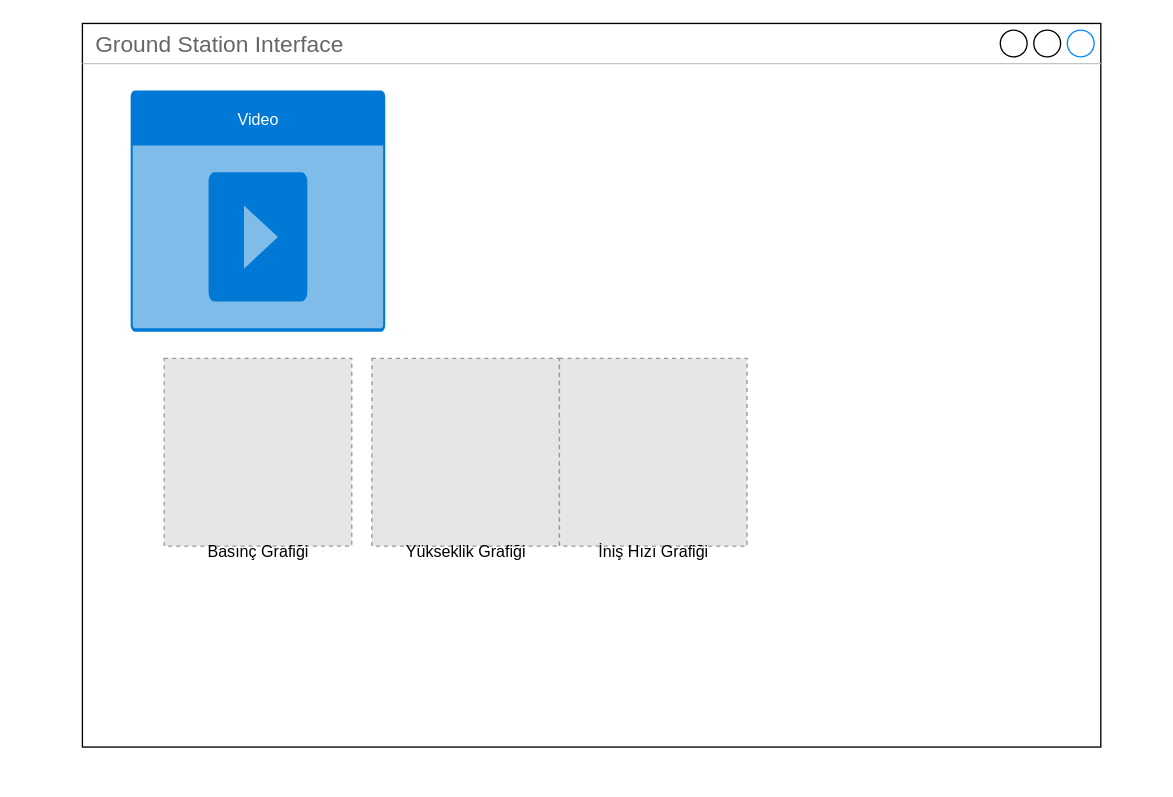
Before: Model Satellite Diagrams/Ground-Station-Interface.drawio in anilberg/My-Diagrams, a draw.io diagram. Source tidied: cells renumbered, new cells numbered last; positions are measured from the earlier drawing's top-left corner, leaving out a move shared by most shapes. Both pictures are drawn from the tidied source at 134%, with x=0, y=0 at pixel (82, 23). Pictures stored in the file or linked from it are replaced by grey dashed boxes.
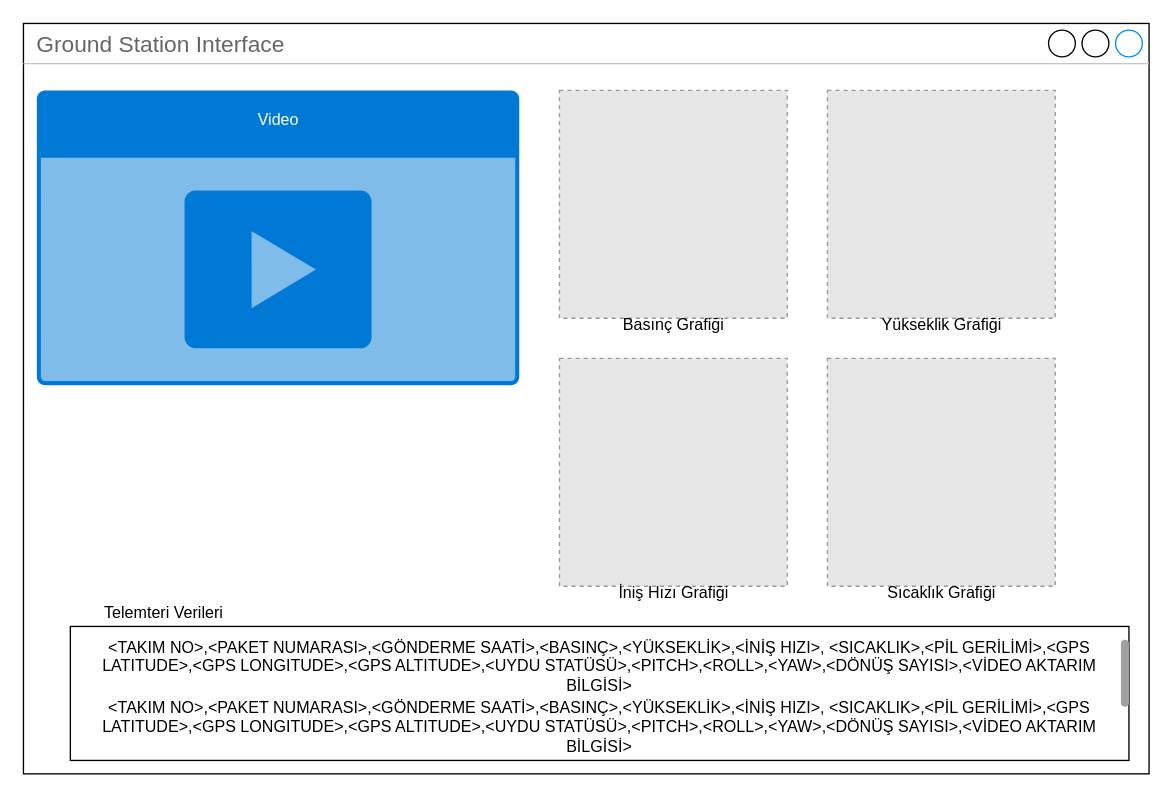
The same page after the edit.

The edit, as a diff of the source:
```diff
@@
 <mxGraphModel>
   <root>
     <mxCell id="0" />
     <mxCell id="1" parent="0" />
     <mxCell id="2" value="Ground Station Interface" style="strokeWidth=1;shadow=0;dashed=0;align=center;html=1;shape=mxgraph.mockup.containers.window;align=left;verticalAlign=top;spacingLeft=8;strokeColor2=#008cff;strokeColor3=#c4c4c4;fontColor=#666666;mainText=;fontSize=17;labelBackgroundColor=none;fillColor=#ffffff;" parent="1" vertex="1">
-      <mxGeometry width="760" height="540" as="geometry" />
+      <mxGeometry x="-44" width="840" height="560" as="geometry" />
     </mxCell>
+    <mxCell id="10" style="rounded=0;whiteSpace=wrap;html=1;fillColor=none;" parent="1" vertex="1">
+      <mxGeometry x="-9" y="450" width="790" height="100" as="geometry" />
+    </mxCell>
     <mxCell id="3" style="fillColor=#E6E6E6;strokeColor=#999999;dashed=1;html=1;verticalAlign=top;verticalLabelPosition=bottom;labelBackgroundColor=#ffffff;" parent="1" vertex="1">
-      <mxGeometry x="61" y="250" width="140" height="140" as="geometry" />
+      <mxGeometry x="356" y="50" width="170" height="170" as="geometry" />
     </mxCell>
     <mxCell id="4" value="&lt;br&gt;Video" style="html=1;strokeColor=none;fillColor=#0079D6;labelPosition=center;verticalLabelPosition=middle;verticalAlign=top;align=center;fontSize=12;spacingTop=-6;fontColor=#FFFFFF;shape=mxgraph.sitemap.video;" parent="1" vertex="1">
-      <mxGeometry x="36" y="50" width="190" height="180" as="geometry" />
+      <mxGeometry x="-34" y="50" width="360" height="220" as="geometry" />
     </mxCell>
     <mxCell id="5" value="Basınç Grafiği" style="text;html=1;strokeColor=none;fillColor=none;align=center;verticalAlign=middle;whiteSpace=wrap;rounded=0;" parent="1" vertex="1">
-      <mxGeometry x="78.5" y="390" width="105" height="10" as="geometry" />
+      <mxGeometry x="388.5" y="220" width="105" height="10" as="geometry" />
     </mxCell>
     <mxCell id="6" style="fillColor=#E6E6E6;strokeColor=#999999;dashed=1;html=1;verticalAlign=top;verticalLabelPosition=bottom;labelBackgroundColor=#ffffff;" parent="1" vertex="1">
-      <mxGeometry x="216" y="250" width="140" height="140" as="geometry" />
+      <mxGeometry x="556" y="50" width="170" height="170" as="geometry" />
     </mxCell>
     <mxCell id="7" value="Yükseklik Grafiği" style="text;html=1;strokeColor=none;fillColor=none;align=center;verticalAlign=middle;whiteSpace=wrap;rounded=0;" parent="1" vertex="1">
-      <mxGeometry x="233.5" y="390" width="105" height="10" as="geometry" />
+      <mxGeometry x="588.5" y="220" width="105" height="10" as="geometry" />
     </mxCell>
     <mxCell id="8" style="fillColor=#E6E6E6;strokeColor=#999999;dashed=1;html=1;verticalAlign=top;verticalLabelPosition=bottom;labelBackgroundColor=#ffffff;" parent="1" vertex="1">
-      <mxGeometry x="356" y="250" width="140" height="140" as="geometry" />
+      <mxGeometry x="356" y="250" width="170" height="170" as="geometry" />
     </mxCell>
     <mxCell id="9" value="İniş Hızı Grafiği" style="text;html=1;strokeColor=none;fillColor=none;align=center;verticalAlign=middle;whiteSpace=wrap;rounded=0;" parent="1" vertex="1">
-      <mxGeometry x="373.5" y="390" width="105" height="10" as="geometry" />
+      <mxGeometry x="388.5" y="420" width="105" height="10" as="geometry" />
     </mxCell>
+    <mxCell id="11" style="fillColor=#E6E6E6;strokeColor=#999999;dashed=1;html=1;verticalAlign=top;verticalLabelPosition=bottom;labelBackgroundColor=#ffffff;" parent="1" vertex="1">
+      <mxGeometry x="556" y="250" width="170" height="170" as="geometry" />
+    </mxCell>
+    <mxCell id="12" value="Sıcaklık Grafiği" style="text;html=1;strokeColor=none;fillColor=none;align=center;verticalAlign=middle;whiteSpace=wrap;rounded=0;" parent="1" vertex="1">
+      <mxGeometry x="588.5" y="420" width="105" height="10" as="geometry" />
+    </mxCell>
+    <mxCell id="13" style="html=1;verticalLabelPosition=bottom;labelBackgroundColor=#ffffff;verticalAlign=top;shadow=0;dashed=0;strokeWidth=2;shape=mxgraph.ios7.misc.scroll_(vertical);fillColor=#a0a0a0;" parent="1" vertex="1">
+      <mxGeometry x="775" y="460" width="6" height="50" as="geometry" />
+    </mxCell>
+    <mxCell id="14" value="&amp;lt;TAKIM NO&amp;gt;,&amp;lt;PAKET NUMARASI&amp;gt;,&amp;lt;GÖNDERME SAATİ&amp;gt;,&amp;lt;BASINÇ&amp;gt;,&amp;lt;YÜKSEKLİK&amp;gt;,&amp;lt;İNİŞ HIZI&amp;gt;, &amp;lt;SICAKLIK&amp;gt;,&amp;lt;PİL GERİLİMİ&amp;gt;,&amp;lt;GPS LATITUDE&amp;gt;,&amp;lt;GPS LONGITUDE&amp;gt;,&amp;lt;GPS ALTITUDE&amp;gt;,&amp;lt;UYDU STATÜSÜ&amp;gt;,&amp;lt;PITCH&amp;gt;,&amp;lt;ROLL&amp;gt;,&amp;lt;YAW&amp;gt;,&amp;lt;DÖNÜŞ SAYISI&amp;gt;,&amp;lt;VİDEO AKTARIM BİLGİSİ&amp;gt;" style="text;html=1;strokeColor=none;fillColor=none;align=center;verticalAlign=middle;whiteSpace=wrap;rounded=0;" parent="1" vertex="1">
+      <mxGeometry x="6" y="460" width="760" height="40" as="geometry" />
+    </mxCell>
+    <mxCell id="15" value="&amp;lt;TAKIM NO&amp;gt;,&amp;lt;PAKET NUMARASI&amp;gt;,&amp;lt;GÖNDERME SAATİ&amp;gt;,&amp;lt;BASINÇ&amp;gt;,&amp;lt;YÜKSEKLİK&amp;gt;,&amp;lt;İNİŞ HIZI&amp;gt;, &amp;lt;SICAKLIK&amp;gt;,&amp;lt;PİL GERİLİMİ&amp;gt;,&amp;lt;GPS LATITUDE&amp;gt;,&amp;lt;GPS LONGITUDE&amp;gt;,&amp;lt;GPS ALTITUDE&amp;gt;,&amp;lt;UYDU STATÜSÜ&amp;gt;,&amp;lt;PITCH&amp;gt;,&amp;lt;ROLL&amp;gt;,&amp;lt;YAW&amp;gt;,&amp;lt;DÖNÜŞ SAYISI&amp;gt;,&amp;lt;VİDEO AKTARIM BİLGİSİ&amp;gt;" style="text;html=1;strokeColor=none;fillColor=none;align=center;verticalAlign=middle;whiteSpace=wrap;rounded=0;" parent="1" vertex="1">
+      <mxGeometry x="6" y="500" width="760" height="50" as="geometry" />
+    </mxCell>
+    <mxCell id="16" value="Telemteri Verileri" style="text;html=1;strokeColor=none;fillColor=none;align=center;verticalAlign=middle;whiteSpace=wrap;rounded=0;" parent="1" vertex="1">
+      <mxGeometry x="-4" y="430" width="130" height="20" as="geometry" />
+    </mxCell>
   </root>
 </mxGraphModel>
```
